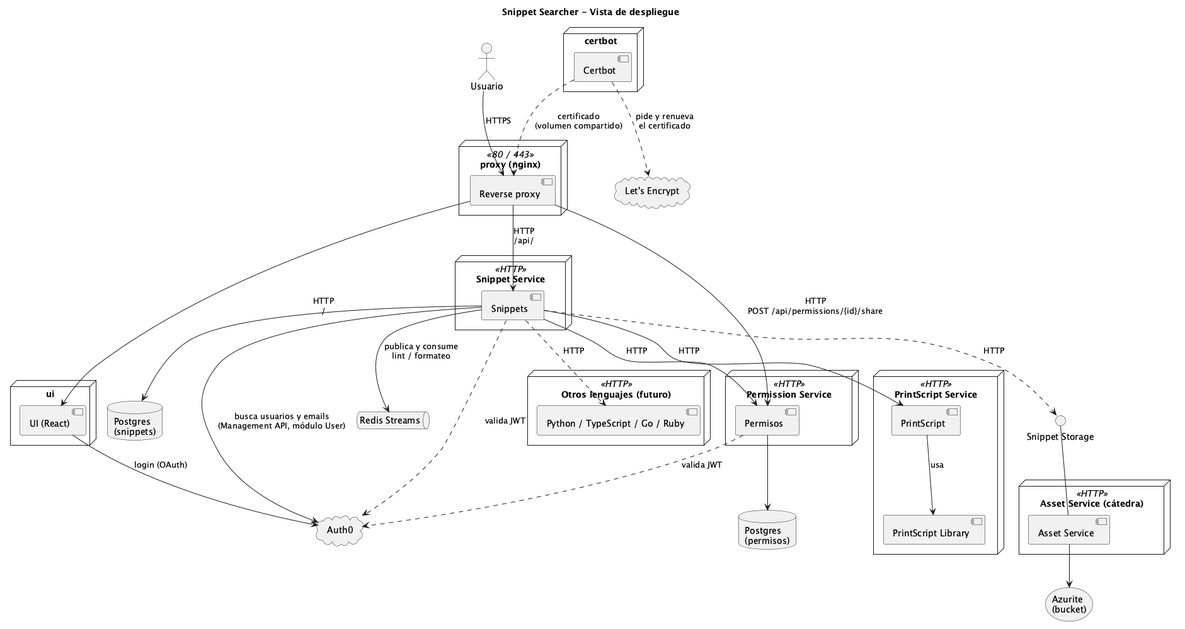
Earlier version of the PlantUML export docs/diagramas/componentes-despliegue.png (MartinaCousido/SnippetSearcher).
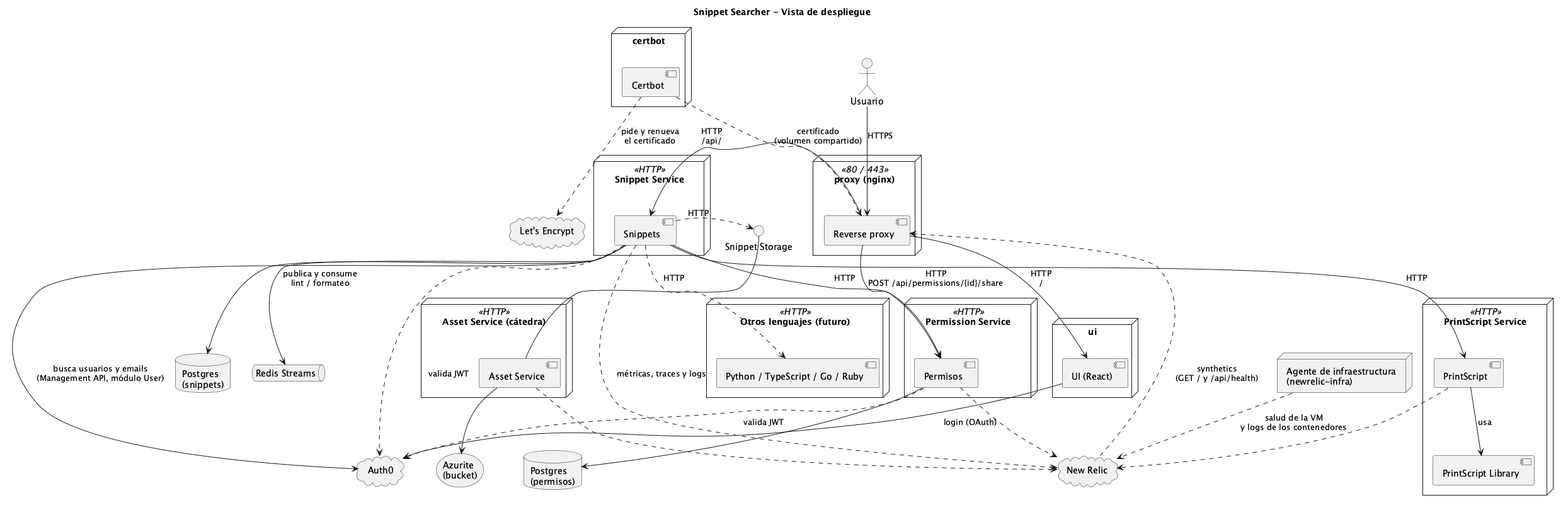
After the change.

Commit message:
docs: suma New Relic al diagrama de despliegue

Refs: #80

The edit, as a diff of the source:
```diff
@@ -7,6 +7,7 @@
 
 cloud "Auth0" as Auth0
 cloud "Let's Encrypt" as LE
+cloud "New Relic" as NR
 
 node "proxy (nginx)" <<80 / 443>> as ProxyNode {
   component "Reverse proxy" as Proxy
@@ -73,4 +74,11 @@
 Snippets --> Auth0 : busca usuarios y emails\n(Management API, módulo User)
 Permisos ..> Auth0 : valida JWT
 
+node "Agente de infraestructura\n(newrelic-infra)" as NRInfra
+Snippets ..> NR : métricas, traces y logs
+Permisos ..> NR
+PrintScript ..> NR
+BucketSvc ..> NR
+NRInfra ..> NR : salud de la VM\ny logs de los contenedores
+NR ..> Proxy : synthetics\n(GET / y /api/health)
 @enduml
```
